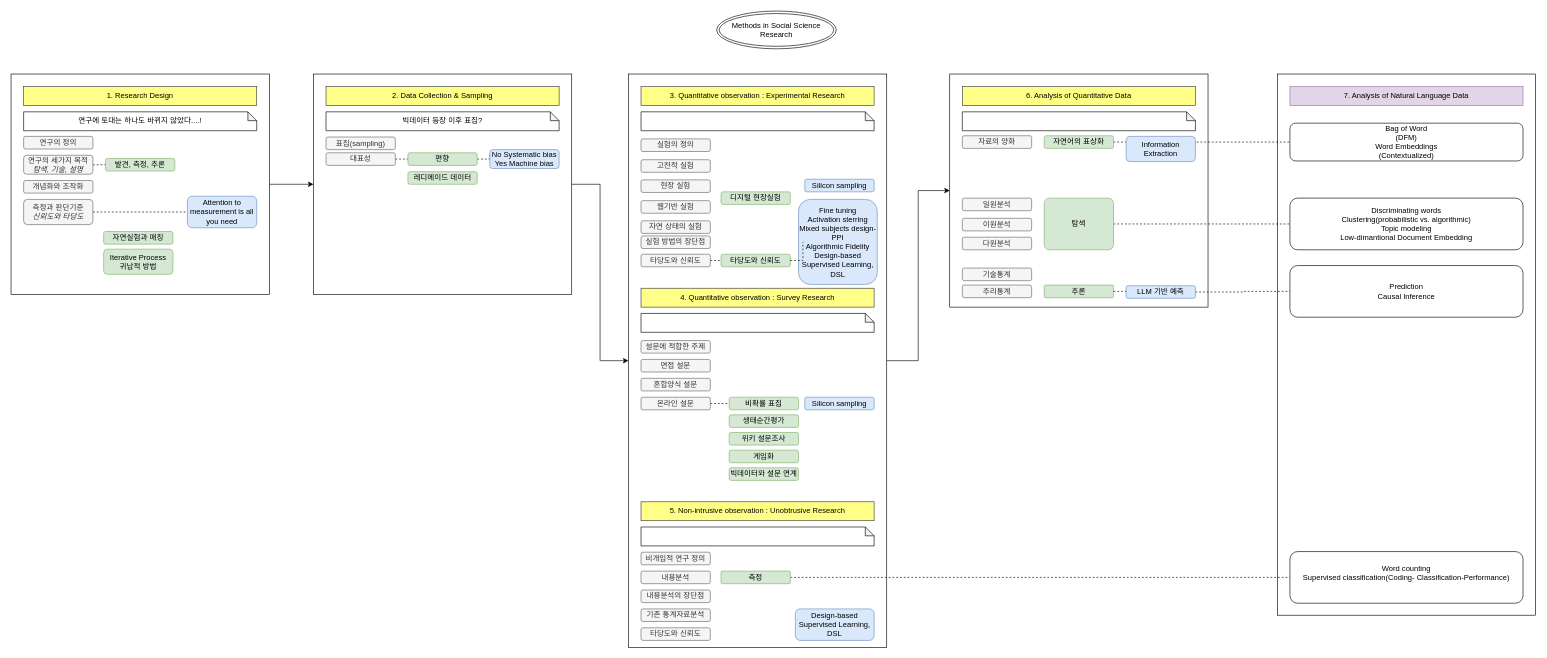
Above: method.drawio in myokyunghan/drawio_for_qual (draw.io), before the change. Source tidied: cells renumbered, new cells numbered last; positions are measured from the earlier drawing's top-left corner, leaving out a move shared by most shapes. Both pictures are drawn from the tidied source at 63%, with x=0, y=0 at pixel (11, 11).
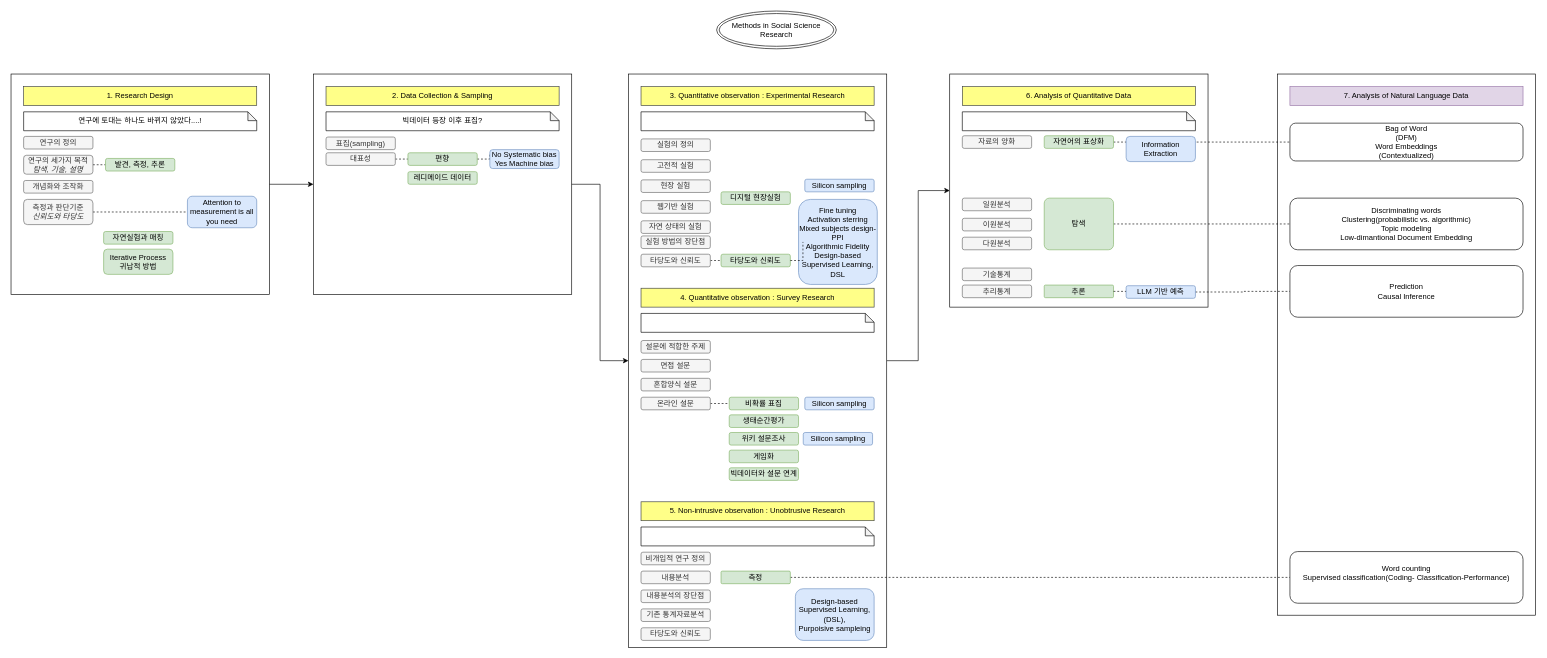
After the change.

Change to the diagram source:
```diff
@@
-    <mxCell id="91" value="&lt;div&gt;&lt;span style=&quot;background-color: transparent; color: light-dark(#000000, var(--ge-light-color, #ffffff));&quot;&gt;Design-based Supervised Learning, DSL&lt;/span&gt;&lt;/div&gt;" style="rounded=1;whiteSpace=wrap;html=1;roundedPerimeter=1;fillColor=#dae8fc;strokeColor=#6c8ebf;" parent="1" vertex="1">
-      <mxGeometry x="1245" y="949" width="125" height="50" as="geometry" />
+    <mxCell id="91" value="&lt;div&gt;&lt;span style=&quot;background-color: transparent; color: light-dark(#000000, var(--ge-light-color, #ffffff));&quot;&gt;Design-based Supervised Learning, (&lt;/span&gt;&lt;span style=&quot;background-color: transparent; color: light-dark(#000000, var(--ge-light-color, #ffffff));&quot;&gt;DSL&lt;/span&gt;&lt;span style=&quot;background-color: transparent; color: light-dark(#000000, var(--ge-light-color, #ffffff));&quot;&gt;),&lt;/span&gt;&lt;/div&gt;&lt;div&gt;Purpoisive sampleing&lt;/div&gt;" style="rounded=1;whiteSpace=wrap;html=1;roundedPerimeter=1;fillColor=#dae8fc;strokeColor=#6c8ebf;" parent="1" vertex="1">
+      <mxGeometry x="1245" y="917" width="125" height="82" as="geometry" />
     </mxCell>
+    <mxCell id="92" value="Silicon sampling" style="rounded=1;whiteSpace=wrap;html=1;roundedPerimeter=1;fillColor=#dae8fc;strokeColor=#6c8ebf;" parent="1" vertex="1">
+      <mxGeometry x="1257.5" y="669" width="110" height="20" as="geometry" />
+    </mxCell>
```
